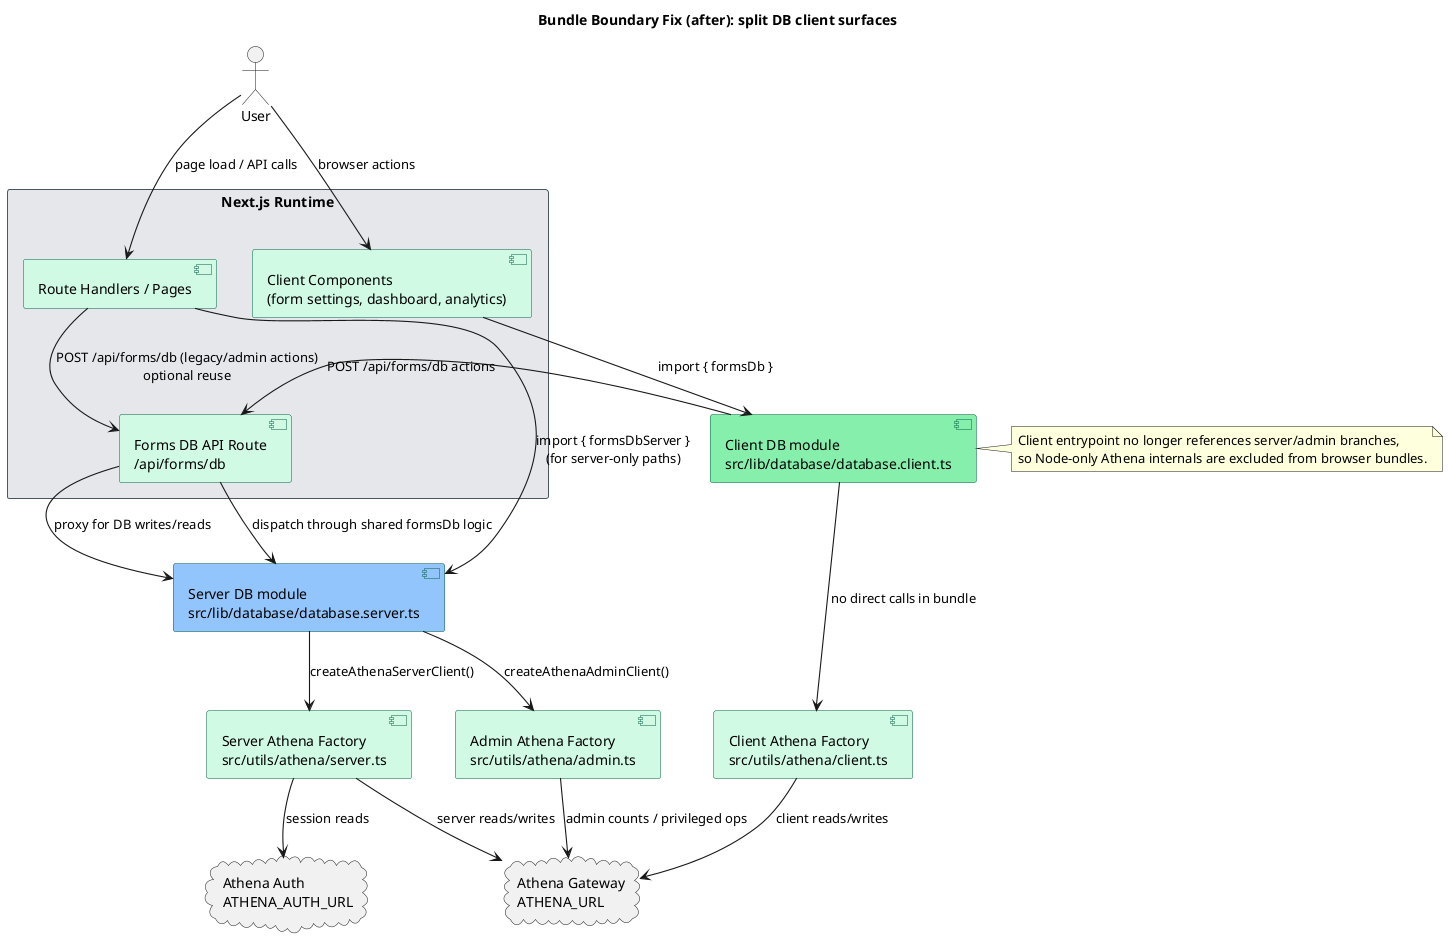
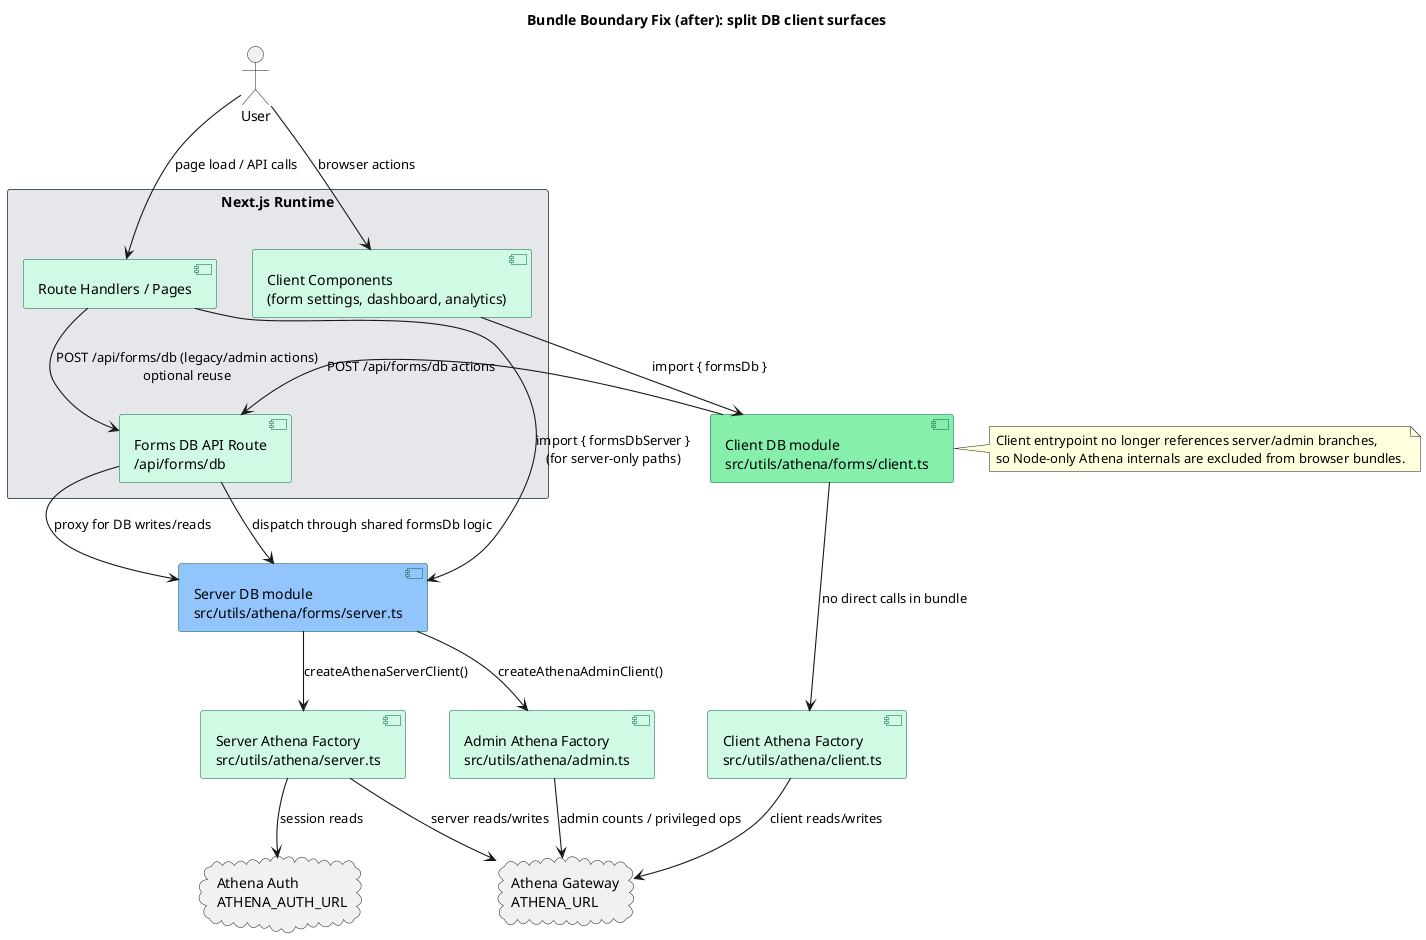
@startuml
skinparam backgroundColor White
skinparam defaultTextColor Black
skinparam titleFontStyle bold
skinparam arrowThickness 1.1

title Bundle Boundary Fix (after): split DB client surfaces

skinparam component {
  BackgroundColor #D1FAE5
  BorderColor #065F46
  FontColor Black
}
skinparam rectangle {
  BackgroundColor #E5E7EB
  BorderColor #4B5563
  FontColor Black
}

rectangle "Next.js Runtime" {
  component "Client Components\n(form settings, dashboard, analytics)" as Client
  component "Route Handlers / Pages" as Server
  component "Forms DB API Route\n/api/forms/db" as DbApi
}

- component "Client DB module\nsrc/lib/database/database.client.ts" as DbClient #86EFAC
- component "Server DB module\nsrc/lib/database/database.server.ts" as DbServer #93C5FD
+ component "Client DB module\nsrc/utils/athena/forms/client.ts" as DbClient #86EFAC
+ component "Server DB module\nsrc/utils/athena/forms/server.ts" as DbServer #93C5FD
component "Client Athena Factory\nsrc/utils/athena/client.ts" as AthClient
component "Server Athena Factory\nsrc/utils/athena/server.ts" as AthServer
component "Admin Athena Factory\nsrc/utils/athena/admin.ts" as AthAdmin

cloud "Athena Gateway\nATHENA_URL" as Gateway
cloud "Athena Auth\nATHENA_AUTH_URL" as Auth

actor User

User --> Client : browser actions
User --> Server : page load / API calls

Client --> DbClient : import { formsDb }
DbClient --> DbApi : POST /api/forms/db actions
DbApi --> DbServer : proxy for DB writes/reads
Server --> DbServer : import { formsDbServer }\n(for server-only paths)
Server --> DbApi : POST /api/forms/db (legacy/admin actions)\noptional reuse

DbApi --> DbServer : dispatch through shared formsDb logic
DbServer --> AthServer : createAthenaServerClient()
DbClient --> AthClient : no direct calls in bundle
DbServer --> AthAdmin : createAthenaAdminClient()

AthClient --> Gateway : client reads/writes
AthServer --> Gateway : server reads/writes
AthAdmin --> Gateway : admin counts / privileged ops
AthServer --> Auth : session reads

note right of DbClient
  Client entrypoint no longer references server/admin branches,
  so Node-only Athena internals are excluded from browser bundles.
end note
@enduml
